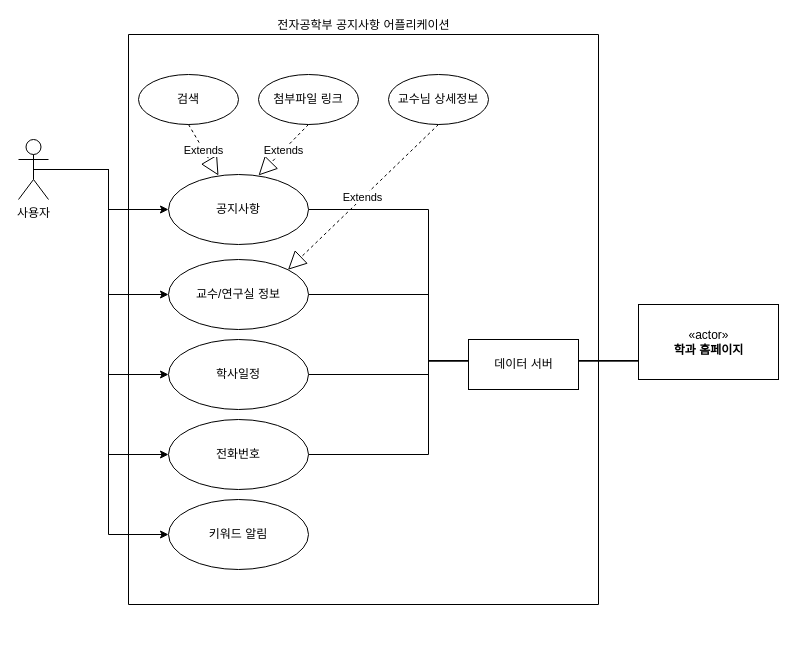
Before: Untitled Diagram.drawio in kimdolldoll/EEnotice, a draw.io diagram. Source tidied: cells renumbered, new cells numbered last; positions are measured from the earlier drawing's top-left corner, leaving out a move shared by most shapes. Both pictures are drawn from the tidied source at 100%, with x=0, y=0 at pixel (18, 34).
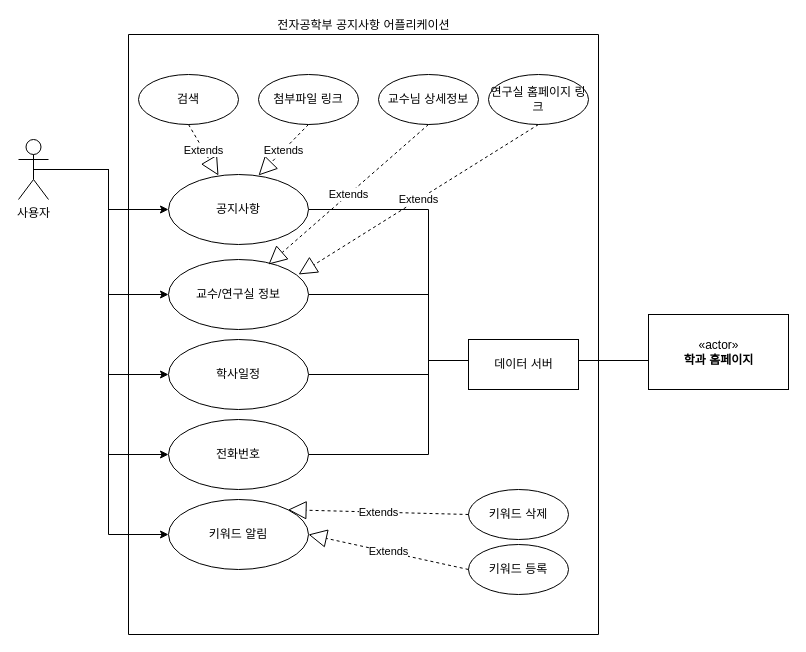
Above is the later version.

The change refers to these unchanged cells:
```xml
<mxCell id="12" value="교수/연구실 정보" style="ellipse;whiteSpace=wrap;html=1;" parent="1" vertex="1">
  <mxGeometry x="150" y="225" width="140" height="70" as="geometry" />
</mxCell>
<mxCell id="17" value="키워드 알림" style="ellipse;whiteSpace=wrap;html=1;shadow=0;direction=west;" parent="1" vertex="1">
  <mxGeometry x="150" y="465" width="140" height="70" as="geometry" />
</mxCell>
```

The edit, as a diff of the source:
```diff
@@
     <mxCell id="2" value="전자공학부 공지사항 어플리케이션" style="verticalLabelPosition=top;verticalAlign=bottom;html=1;shape=mxgraph.basic.rect;fillColor2=none;strokeWidth=1;size=20;indent=5;shadow=0;noLabel=0;labelPosition=center;align=center;" parent="1" vertex="1">
-      <mxGeometry x="110" width="470" height="570" as="geometry" />
+      <mxGeometry x="110" width="470" height="600" as="geometry" />
     </mxCell>
@@
     <mxCell id="18" value="«actor»&lt;br&gt;&lt;b&gt;학과 홈페이지&lt;/b&gt;" style="html=1;shadow=0;" parent="1" vertex="1">
-      <mxGeometry x="620" y="270" width="140" height="75" as="geometry" />
+      <mxGeometry x="630" y="280" width="140" height="75" as="geometry" />
     </mxCell>
@@
     <mxCell id="21" value="교수님 상세정보" style="ellipse;whiteSpace=wrap;html=1;shadow=0;" parent="1" vertex="1">
-      <mxGeometry x="370" y="40" width="100" height="50" as="geometry" />
+      <mxGeometry x="360" y="40" width="100" height="50" as="geometry" />
     </mxCell>
@@
-    <mxCell id="23" value="Extends" style="endArrow=block;endSize=16;endFill=0;html=1;rounded=0;dashed=1;exitX=0.5;exitY=1;exitDx=0;exitDy=0;entryX=1;entryY=0;entryDx=0;entryDy=0;" parent="1" edge="1" source="21" target="12">
-      <mxGeometry relative="1" as="geometry" />
+    <mxCell id="23" value="Extends" style="endArrow=block;endSize=16;endFill=0;html=1;rounded=0;dashed=1;exitX=0.5;exitY=1;exitDx=0;exitDy=0;" parent="1" edge="1" source="21">
+      <mxGeometry relative="1" as="geometry">
+        <mxPoint x="250" y="230" as="targetPoint" />
+      </mxGeometry>
     </mxCell>
@@
+    <mxCell id="26" value="연구실 홈페이지 링크" style="ellipse;whiteSpace=wrap;html=1;shadow=0;" parent="1" vertex="1">
+      <mxGeometry x="470" y="40" width="100" height="50" as="geometry" />
+    </mxCell>
+    <mxCell id="27" value="Extends" style="endArrow=block;endSize=16;endFill=0;html=1;rounded=0;dashed=1;exitX=0.5;exitY=1;exitDx=0;exitDy=0;entryX=0.929;entryY=0.214;entryDx=0;entryDy=0;entryPerimeter=0;" parent="1" edge="1" source="26" target="12">
+      <mxGeometry relative="1" as="geometry" />
+    </mxCell>
+    <mxCell id="28" value="키워드 등록" style="ellipse;whiteSpace=wrap;html=1;shadow=0;" parent="1" vertex="1">
+      <mxGeometry x="450" y="510" width="100" height="50" as="geometry" />
+    </mxCell>
+    <mxCell id="29" value="키워드 삭제" style="ellipse;whiteSpace=wrap;html=1;shadow=0;" parent="1" vertex="1">
+      <mxGeometry x="450" y="455" width="100" height="50" as="geometry" />
+    </mxCell>
+    <mxCell id="30" value="Extends" style="endArrow=block;endSize=16;endFill=0;html=1;rounded=0;dashed=1;exitX=0;exitY=0.5;exitDx=0;exitDy=0;entryX=0;entryY=0.5;entryDx=0;entryDy=0;" parent="1" edge="1" source="28" target="17">
+      <mxGeometry relative="1" as="geometry" />
+    </mxCell>
+    <mxCell id="31" value="Extends" style="endArrow=block;endSize=16;endFill=0;html=1;rounded=0;dashed=1;exitX=0;exitY=0.5;exitDx=0;exitDy=0;entryX=0;entryY=1;entryDx=0;entryDy=0;" parent="1" edge="1" source="29" target="17">
+      <mxGeometry relative="1" as="geometry" />
+    </mxCell>
```
